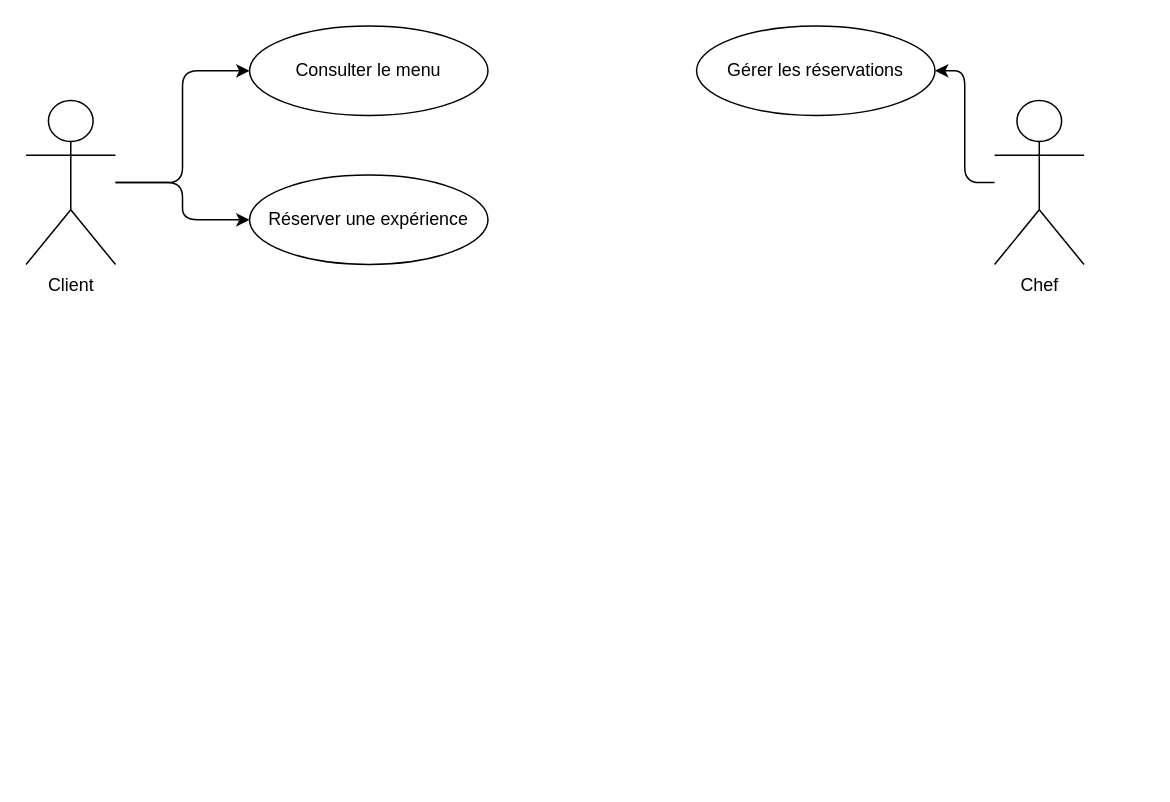
The draw.io diagram Chef-Cuisinier.drawio in Mohammed-Ben-Cheikh/Chef-Cuisinier, before the edit. Source tidied: cells renumbered, new cells numbered last; positions are measured from the earlier drawing's top-left corner, leaving out a move shared by most shapes. Both pictures are drawn from the tidied source at 149%, with x=0, y=0 at pixel (25, 25).
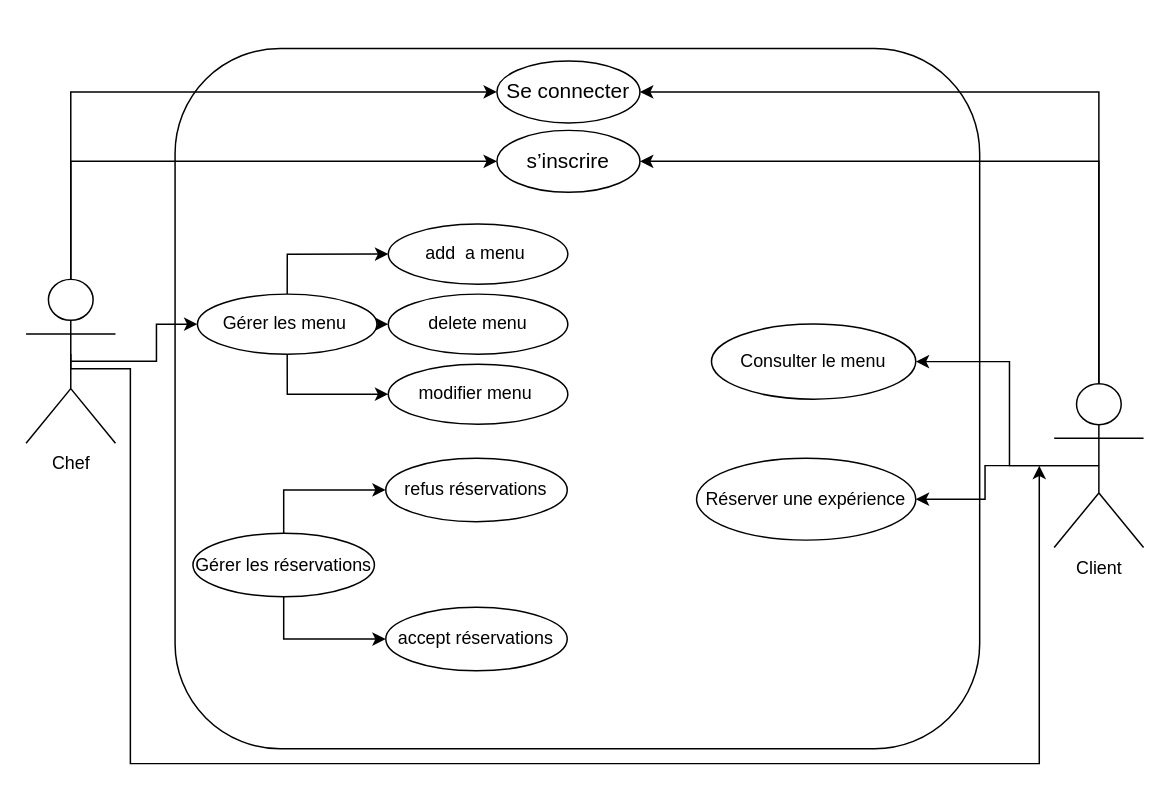
After the change.

Commit message:
Mettre à jour Chef-Cuisinier.drawio

Diff of the diagram source:
```diff
@@
-    <mxCell id="2" value="Client" style="shape=umlActor;verticalLabelPosition=bottom;verticalAlign=top;html=1;" parent="1" vertex="1">
-      <mxGeometry y="50" width="60" height="110" as="geometry" />
-    </mxCell>
-    <mxCell id="3" value="Chef" style="shape=umlActor;verticalLabelPosition=bottom;verticalAlign=top;html=1;" parent="1" vertex="1">
-      <mxGeometry x="650" y="50" width="60" height="110" as="geometry" />
-    </mxCell>
+    <mxCell id="10" style="group;" parent="1" vertex="1">
+      <mxGeometry x="100" y="15" width="540" height="470" as="geometry" />
+    </mxCell>
+    <mxCell id="11" style="rounded=1;whiteSpace=wrap;html=1;" parent="10" vertex="1">
+      <mxGeometry width="540" height="470" as="geometry" />
+    </mxCell>
-    <mxCell id="4" value="Consulter le menu" style="ellipse;whiteSpace=wrap;html=1;" parent="1" vertex="1">
-      <mxGeometry x="150" width="160" height="60" as="geometry" />
+    <mxCell id="4" value="Consulter le menu" style="ellipse;whiteSpace=wrap;html=1;" parent="10" vertex="1">
+      <mxGeometry x="360" y="185" width="137.1" height="50.4" as="geometry" />
     </mxCell>
-    <mxCell id="5" value="Réserver une expérience" style="ellipse;whiteSpace=wrap;html=1;" parent="1" vertex="1">
-      <mxGeometry x="150" y="100" width="160" height="60" as="geometry" />
+    <mxCell id="5" value="Réserver une expérience" style="ellipse;whiteSpace=wrap;html=1;" parent="10" vertex="1">
+      <mxGeometry x="350" y="275" width="147.1" height="55" as="geometry" />
     </mxCell>
+    <mxCell id="12" value="&lt;span style=&quot;font-family: &amp;quot;Nunito Sans&amp;quot;, sans-serif; font-size: 14px; text-align: left; background-color: rgb(255, 255, 255);&quot;&gt;Se connecter&lt;/span&gt;" style="ellipse;whiteSpace=wrap;html=1;" parent="10" vertex="1">
+      <mxGeometry x="216" y="8.4" width="96" height="41.6" as="geometry" />
+    </mxCell>
+    <mxCell id="13" style="group;" parent="10" vertex="1">
+      <mxGeometry x="15" y="117.9" width="248.6" height="134.3" as="geometry" />
+    </mxCell>
+    <mxCell id="14" style="edgeStyle=orthogonalEdgeStyle;rounded=0;jettySize=auto;html=1;exitX=0.5;exitY=0;exitDx=0;exitDy=0;entryX=0;entryY=0.5;entryDx=0;entryDy=0;" parent="13" edge="1" source="17" target="18">
+      <mxGeometry relative="1" as="geometry" />
+    </mxCell>
+    <mxCell id="15" style="edgeStyle=orthogonalEdgeStyle;rounded=0;jettySize=auto;html=1;exitX=0.5;exitY=1;exitDx=0;exitDy=0;entryX=0;entryY=0.5;entryDx=0;entryDy=0;" parent="13" edge="1" source="17" target="19">
+      <mxGeometry relative="1" as="geometry" />
+    </mxCell>
+    <mxCell id="16" style="edgeStyle=orthogonalEdgeStyle;rounded=0;jettySize=auto;html=1;exitX=1;exitY=0.5;exitDx=0;exitDy=0;entryX=0;entryY=0.5;entryDx=0;entryDy=0;" parent="13" edge="1" source="17" target="20">
+      <mxGeometry relative="1" as="geometry" />
+    </mxCell>
+    <mxCell id="17" value="Gérer les menu&amp;nbsp;" style="ellipse;whiteSpace=wrap;html=1;" parent="13" vertex="1">
+      <mxGeometry y="47" width="120.5" height="40.3" as="geometry" />
+    </mxCell>
+    <mxCell id="18" value="add&amp;nbsp; a menu&amp;nbsp;" style="ellipse;whiteSpace=wrap;html=1;" parent="13" vertex="1">
+      <mxGeometry x="128.1" width="120.5" height="40.3" as="geometry" />
+    </mxCell>
+    <mxCell id="19" value="modifier menu&amp;nbsp;" style="ellipse;whiteSpace=wrap;html=1;" parent="13" vertex="1">
+      <mxGeometry x="128.1" y="94" width="120.5" height="40.3" as="geometry" />
+    </mxCell>
+    <mxCell id="20" value="delete menu" style="ellipse;whiteSpace=wrap;html=1;" parent="13" vertex="1">
+      <mxGeometry x="128.1" y="47" width="120.5" height="40.3" as="geometry" />
+    </mxCell>
+    <mxCell id="21" style="group;" parent="10" vertex="1">
+      <mxGeometry x="12" y="275" width="251.1" height="142.7" as="geometry" />
+    </mxCell>
+    <mxCell id="22" style="edgeStyle=orthogonalEdgeStyle;rounded=0;jettySize=auto;html=1;exitX=0.5;exitY=0;exitDx=0;exitDy=0;entryX=0;entryY=0.5;entryDx=0;entryDy=0;" parent="21" edge="1" source="6" target="24">
+      <mxGeometry relative="1" as="geometry" />
+    </mxCell>
+    <mxCell id="23" style="edgeStyle=orthogonalEdgeStyle;rounded=0;jettySize=auto;html=1;exitX=0.5;exitY=1;exitDx=0;exitDy=0;entryX=0;entryY=0.5;entryDx=0;entryDy=0;" parent="21" edge="1" source="6" target="25">
+      <mxGeometry relative="1" as="geometry" />
+    </mxCell>
-    <mxCell id="6" value="Gérer les réservations" style="ellipse;whiteSpace=wrap;html=1;" parent="1" vertex="1">
-      <mxGeometry x="450" width="160" height="60" as="geometry" />
+    <mxCell id="6" value="Gérer les réservations" style="ellipse;whiteSpace=wrap;html=1;rotation=0;" parent="21" vertex="1">
+      <mxGeometry y="50.4" width="121.8" height="42.6" as="geometry" />
     </mxCell>
+    <mxCell id="24" value="refus réservations" style="ellipse;whiteSpace=wrap;html=1;rotation=0;" parent="21" vertex="1">
+      <mxGeometry x="129.4" width="121.8" height="42.6" as="geometry" />
+    </mxCell>
+    <mxCell id="25" value="accept réservations" style="ellipse;whiteSpace=wrap;html=1;rotation=0;" parent="21" vertex="1">
+      <mxGeometry x="129.4" y="100.1" width="121.8" height="42.6" as="geometry" />
+    </mxCell>
+    <mxCell id="26" value="&lt;span style=&quot;font-family: &amp;quot;Nunito Sans&amp;quot;, sans-serif; font-size: 14px; text-align: left; background-color: rgb(255, 255, 255);&quot;&gt;s’inscrire&lt;/span&gt;" style="ellipse;whiteSpace=wrap;html=1;" parent="10" vertex="1">
+      <mxGeometry x="216" y="55" width="96" height="41.6" as="geometry" />
+    </mxCell>
+    <mxCell id="27" style="edgeStyle=orthogonalEdgeStyle;rounded=0;jettySize=auto;html=1;exitX=0.5;exitY=0;exitDx=0;exitDy=0;exitPerimeter=0;entryX=1;entryY=0.5;entryDx=0;entryDy=0;" parent="1" edge="1" source="2" target="12">
+      <mxGeometry relative="1" as="geometry" />
+    </mxCell>
+    <mxCell id="28" style="edgeStyle=orthogonalEdgeStyle;rounded=0;jettySize=auto;html=1;exitX=0.5;exitY=0;exitDx=0;exitDy=0;exitPerimeter=0;entryX=1;entryY=0.5;entryDx=0;entryDy=0;" parent="1" edge="1" source="2" target="26">
+      <mxGeometry relative="1" as="geometry" />
+    </mxCell>
-    <mxCell id="7" style="edgeStyle=orthogonalEdgeStyle;rounded=1;html=1;" parent="1" edge="1" source="2" target="4">
-      <mxGeometry relative="1" as="geometry" />
+    <mxCell id="7" style="edgeStyle=orthogonalEdgeStyle;rounded=0;jettySize=auto;html=1;exitX=0.5;exitY=0.5;exitDx=0;exitDy=0;exitPerimeter=0;entryX=1;entryY=0.5;entryDx=0;entryDy=0;" parent="1" edge="1" source="2" target="4">
+      <mxGeometry relative="1" as="geometry">
+        <Array as="points">
+          <mxPoint x="660" y="295" />
+          <mxPoint x="660" y="225" />
+        </Array>
+      </mxGeometry>
     </mxCell>
-    <mxCell id="8" style="edgeStyle=orthogonalEdgeStyle;rounded=1;html=1;" parent="1" edge="1" source="2" target="5">
+    <mxCell id="8" style="edgeStyle=orthogonalEdgeStyle;rounded=0;jettySize=auto;html=1;exitX=0.5;exitY=0.5;exitDx=0;exitDy=0;exitPerimeter=0;entryX=1;entryY=0.5;entryDx=0;entryDy=0;" parent="1" edge="1" source="2" target="5">
       <mxGeometry relative="1" as="geometry" />
     </mxCell>
-    <mxCell id="9" style="edgeStyle=orthogonalEdgeStyle;rounded=1;html=1;" parent="1" edge="1" source="3" target="6">
-      <mxGeometry relative="1" as="geometry" />
-    </mxCell>
+    <mxCell id="2" value="Client" style="shape=umlActor;verticalLabelPosition=bottom;verticalAlign=top;html=1;" parent="1" vertex="1">
+      <mxGeometry x="690" y="240" width="60" height="110" as="geometry" />
+    </mxCell>
+    <mxCell id="29" style="edgeStyle=orthogonalEdgeStyle;rounded=0;jettySize=auto;html=1;exitX=0.5;exitY=0;exitDx=0;exitDy=0;exitPerimeter=0;entryX=0;entryY=0.5;entryDx=0;entryDy=0;" parent="1" edge="1" source="3" target="12">
+      <mxGeometry relative="1" as="geometry" />
+    </mxCell>
+    <mxCell id="30" style="edgeStyle=orthogonalEdgeStyle;rounded=0;jettySize=auto;html=1;exitX=0.5;exitY=0.5;exitDx=0;exitDy=0;exitPerimeter=0;entryX=0;entryY=0.5;entryDx=0;entryDy=0;" parent="1" edge="1" source="3" target="17">
+      <mxGeometry relative="1" as="geometry" />
+    </mxCell>
+    <mxCell id="31" style="edgeStyle=orthogonalEdgeStyle;rounded=0;orthogonalLoop=1;jettySize=auto;html=1;exitX=0.5;exitY=0.5;exitDx=0;exitDy=0;exitPerimeter=0;" parent="1" edge="1">
+      <mxGeometry relative="1" as="geometry">
+        <mxPoint x="30" y="220" as="sourcePoint" />
+        <mxPoint x="680" y="295" as="targetPoint" />
+        <Array as="points">
+          <mxPoint x="30" y="230" />
+          <mxPoint x="70" y="230" />
+          <mxPoint x="70" y="495" />
+          <mxPoint x="680" y="495" />
+        </Array>
+      </mxGeometry>
+    </mxCell>
+    <mxCell id="32" style="edgeStyle=orthogonalEdgeStyle;rounded=0;jettySize=auto;html=1;exitX=0.5;exitY=0;exitDx=0;exitDy=0;exitPerimeter=0;entryX=0;entryY=0.5;entryDx=0;entryDy=0;" parent="1" edge="1" source="3" target="26">
+      <mxGeometry relative="1" as="geometry" />
+    </mxCell>
+    <mxCell id="3" value="Chef" style="shape=umlActor;verticalLabelPosition=bottom;verticalAlign=top;html=1;" parent="1" vertex="1">
+      <mxGeometry y="170" width="60" height="110" as="geometry" />
+    </mxCell>
```
